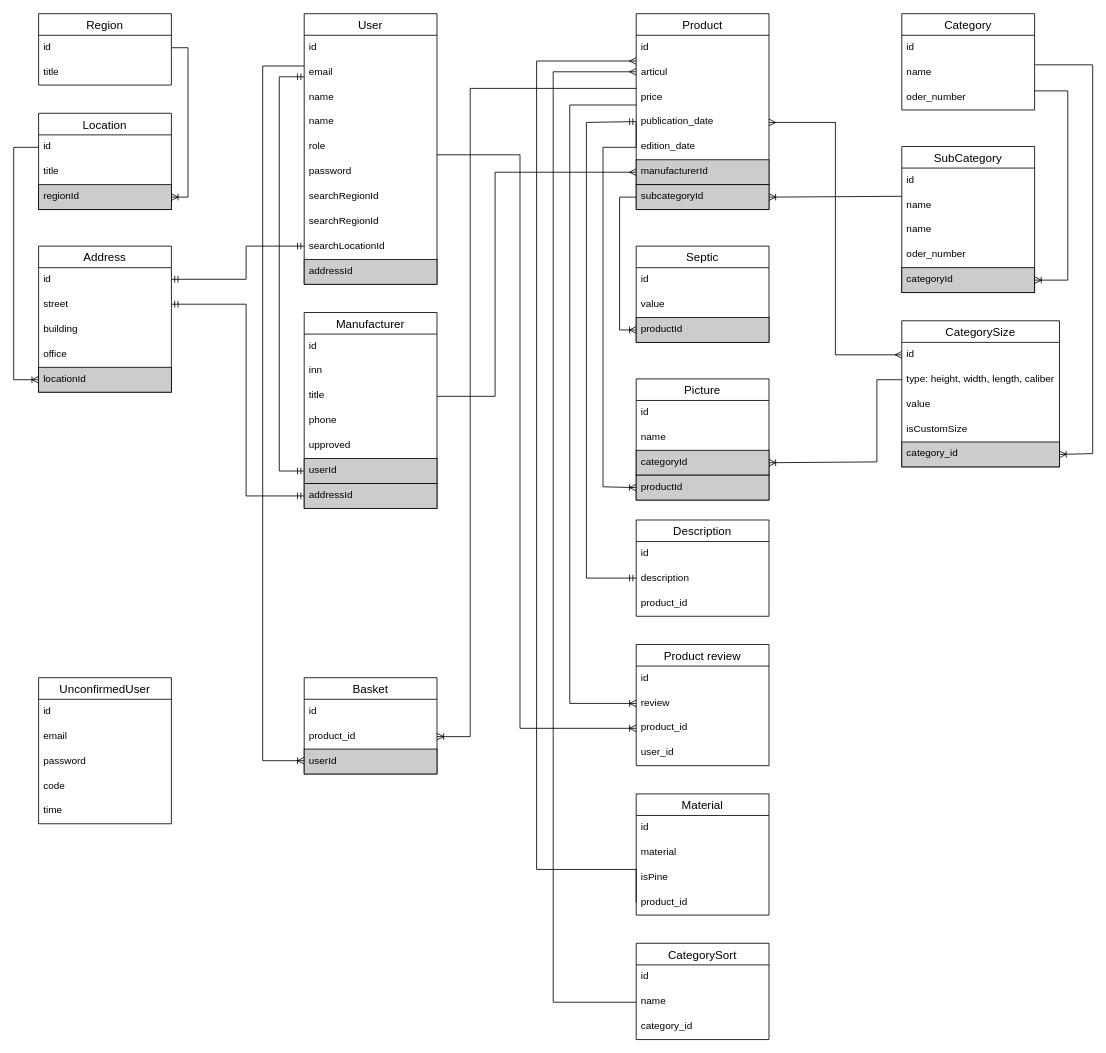
alexeyk500/lesopilka_backend keeps this draw.io diagram as lesopilka.drawio. Above is the earlier version. Source tidied: cells renumbered, new cells numbered last; positions are measured from the earlier drawing's top-left corner, leaving out a move shared by most shapes. Both pictures are drawn from the tidied source at 83%, with x=0, y=0 at pixel (13, 13).
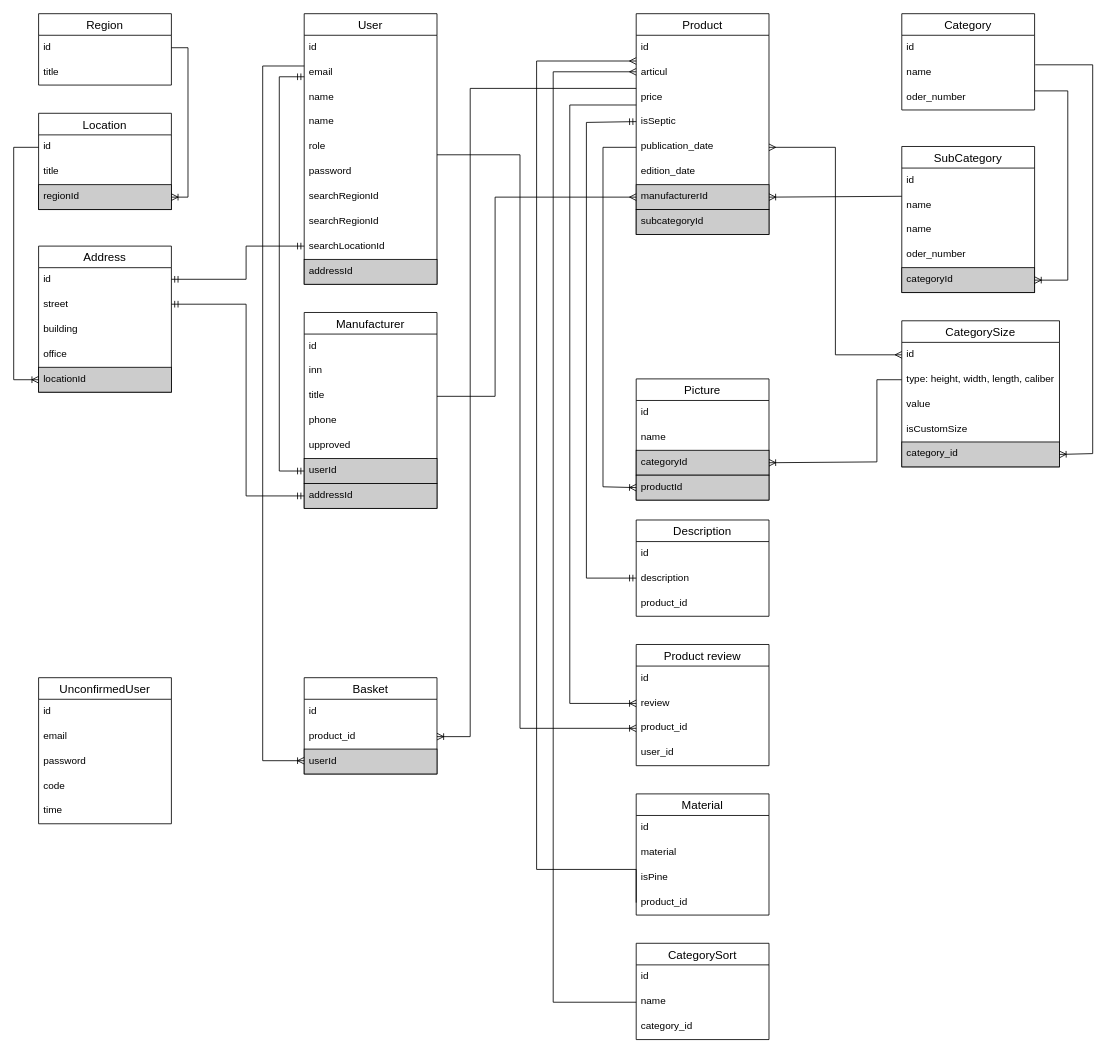
Above is the later version.

Commit message (it also covers changes not shown here):
product septic delete

Unchanged cells that the change refers to:
```xml
<mxCell id="107" value="title" style="text;strokeColor=none;fillColor=none;spacingLeft=4;spacingRight=4;overflow=hidden;points=[[0,0.5],[1,0.5]];portConstraint=eastwest;fontSize=12;" parent="104" vertex="1">
  <mxGeometry y="86" width="160" height="30" as="geometry" />
</mxCell>
```

What changed in the source:
```diff
@@
     <mxCell id="31" value="Product" style="swimlane;fontStyle=0;horizontal=1;startSize=26;align=center;fontSize=14;" parent="1" vertex="1">
-      <mxGeometry x="750" width="160" height="236" as="geometry" />
+      <mxGeometry x="750" width="160" height="266" as="geometry" />
     </mxCell>
@@
+    <mxCell id="115" value="isSeptic" style="text;strokeColor=none;fillColor=none;spacingLeft=4;spacingRight=4;overflow=hidden;fontSize=12;" parent="31" vertex="1">
+      <mxGeometry y="116" width="160" height="30" as="geometry" />
+    </mxCell>
     <mxCell id="35" value="publicаtion_date" style="text;strokeColor=none;fillColor=none;spacingLeft=4;spacingRight=4;overflow=hidden;points=[[0,0.5],[1,0.5]];portConstraint=eastwest;fontSize=12;" parent="31" vertex="1">
-      <mxGeometry y="116" width="160" height="30" as="geometry" />
+      <mxGeometry y="146" width="160" height="30" as="geometry" />
     </mxCell>
     <mxCell id="36" value="edition_date" style="text;strokeColor=none;fillColor=none;spacingLeft=4;spacingRight=4;overflow=hidden;fontSize=12;" parent="31" vertex="1">
-      <mxGeometry y="146" width="160" height="30" as="geometry" />
+      <mxGeometry y="176" width="160" height="30" as="geometry" />
     </mxCell>
     <mxCell id="37" value="manufacturerId" style="text;strokeColor=default;fillColor=#CCCCCC;spacingLeft=4;spacingRight=4;overflow=hidden;points=[[0,0.5],[1,0.5]];portConstraint=eastwest;fontSize=12;" parent="31" vertex="1">
-      <mxGeometry y="176" width="160" height="30" as="geometry" />
+      <mxGeometry y="206" width="160" height="30" as="geometry" />
     </mxCell>
     <mxCell id="38" value="subcategoryId" style="text;strokeColor=default;fillColor=#CCCCCC;spacingLeft=4;spacingRight=4;overflow=hidden;points=[[0,0.5],[1,0.5]];portConstraint=eastwest;fontSize=12;" parent="31" vertex="1">
-      <mxGeometry y="206" width="160" height="30" as="geometry" />
+      <mxGeometry y="236" width="160" height="30" as="geometry" />
     </mxCell>
@@
     <mxCell id="51" style="edgeStyle=orthogonalEdgeStyle;fontSize=12;html=1;endArrow=ERmany;rounded=0;fontFamily=Helvetica;fontColor=default;entryX=0;entryY=0.5;entryDx=0;entryDy=0;exitX=1;exitY=0.5;exitDx=0;exitDy=0;" parent="1" edge="1" source="107" target="37">
       <mxGeometry relative="1" as="geometry">
         <Array as="points">
           <mxPoint x="580" y="461" />
-          <mxPoint x="580" y="191" />
+          <mxPoint x="580" y="221" />
         </Array>
       </mxGeometry>
     </mxCell>
@@
-    <mxCell id="80" value="Septic" style="swimlane;fontStyle=0;horizontal=1;startSize=26;align=center;fontSize=14;" parent="1" vertex="1">
-      <mxGeometry x="750" y="280" width="160" height="116" as="geometry" />
-    </mxCell>
-    <mxCell id="81" value="id" style="text;strokeColor=none;fillColor=none;spacingLeft=4;spacingRight=4;overflow=hidden;fontSize=12;" parent="80" vertex="1">
-      <mxGeometry y="26" width="160" height="30" as="geometry" />
-    </mxCell>
-    <mxCell id="82" value="value" style="text;strokeColor=none;fillColor=none;spacingLeft=4;spacingRight=4;overflow=hidden;fontSize=12;" parent="80" vertex="1">
-      <mxGeometry y="56" width="160" height="30" as="geometry" />
-    </mxCell>
-    <mxCell id="83" value="productId" style="text;strokeColor=default;fillColor=#CCCCCC;spacingLeft=4;spacingRight=4;overflow=hidden;points=[[0,0.5],[1,0.5]];portConstraint=eastwest;fontSize=12;" parent="80" vertex="1">
-      <mxGeometry y="86" width="160" height="30" as="geometry" />
-    </mxCell>
-    <mxCell id="84" style="edgeStyle=orthogonalEdgeStyle;fontSize=12;html=1;endArrow=ERoneToMany;rounded=0;fontFamily=Helvetica;fontColor=default;entryX=0;entryY=0.5;entryDx=0;entryDy=0;exitX=0;exitY=0.5;exitDx=0;exitDy=0;" parent="1" edge="1" source="38" target="83">
-      <mxGeometry relative="1" as="geometry">
-        <Array as="points">
-          <mxPoint x="730" y="221" />
-          <mxPoint x="730" y="381" />
-        </Array>
-      </mxGeometry>
-    </mxCell>
-    <mxCell id="85" style="fontSize=12;html=1;endArrow=ERoneToMany;rounded=0;fontFamily=Helvetica;fontColor=default;entryX=1;entryY=0.5;entryDx=0;entryDy=0;" parent="1" edge="1" target="38">
+    <mxCell id="85" style="fontSize=12;html=1;endArrow=ERoneToMany;rounded=0;fontFamily=Helvetica;fontColor=default;entryX=1;entryY=0.5;entryDx=0;entryDy=0;" parent="1" edge="1" target="37">
       <mxGeometry relative="1" as="geometry">
         <mxPoint x="1070" y="220" as="sourcePoint" />
       </mxGeometry>
     </mxCell>
```
